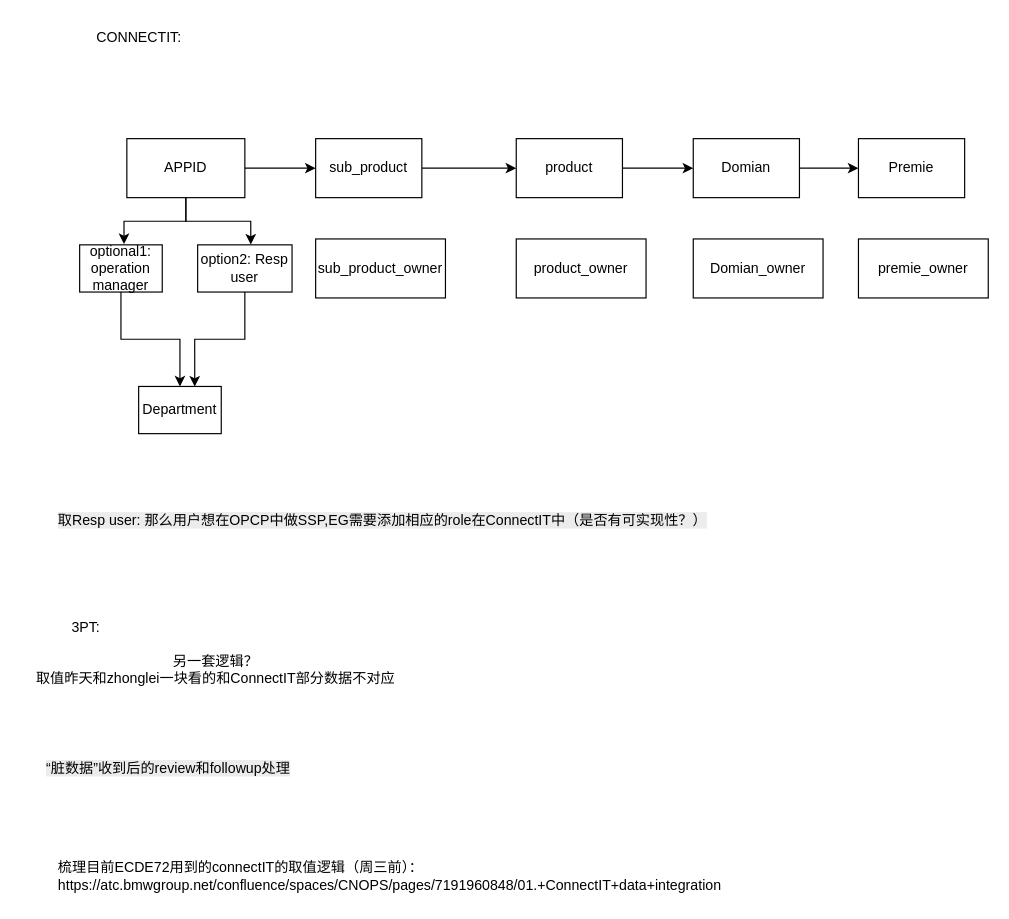
This is 未命名绘图.drawio from sjlmsj/aaa, a draw.io file, before an edit. Source tidied: cells renumbered, new cells numbered last; positions are measured from the earlier drawing's top-left corner, leaving out a move shared by most shapes. Both pictures are drawn from the tidied source at 118%, with x=0, y=0 at pixel (20, 20).
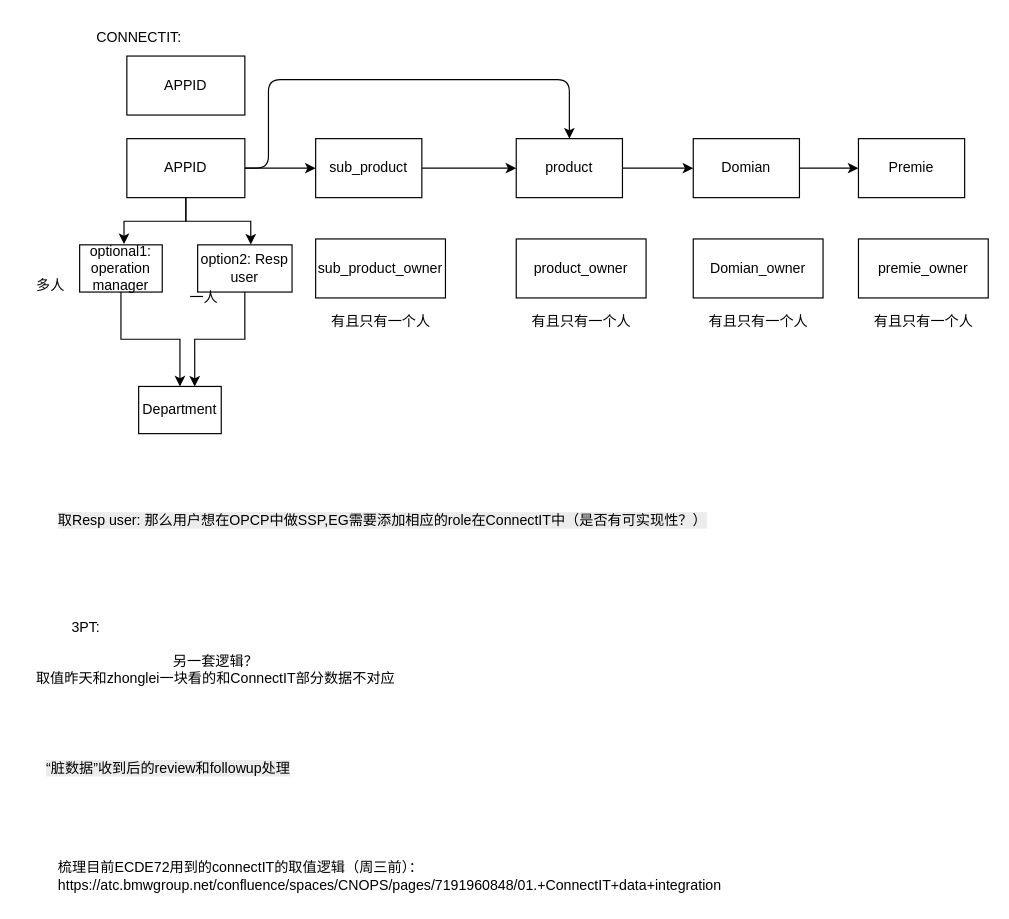
The same page after the edit.

Commit message:
更新未命名绘图.drawio

Unchanged cells that the change refers to:
```xml
<mxCell id="3" value="APPID" style="rounded=0;whiteSpace=wrap;html=1;" parent="1" vertex="1">
  <mxGeometry x="90" y="100" width="100" height="50" as="geometry" />
</mxCell>
<mxCell id="14" value="product" style="rounded=0;whiteSpace=wrap;html=1;" parent="1" vertex="1">
  <mxGeometry x="420" y="100" width="90" height="50" as="geometry" />
</mxCell>
```

What changed in the source:
```diff
@@
+    <mxCell id="28" style="edgeStyle=orthogonalEdgeStyle;rounded=1;jettySize=auto;html=1;entryX=0.5;entryY=0;entryDx=0;entryDy=0;curved=0;" parent="1" edge="1" source="3" target="14">
+      <mxGeometry relative="1" as="geometry">
+        <Array as="points">
+          <mxPoint x="210" y="125" />
+          <mxPoint x="210" y="50" />
+          <mxPoint x="465" y="50" />
+        </Array>
+      </mxGeometry>
+    </mxCell>
@@
+    <mxCell id="29" value="APPID" style="rounded=0;whiteSpace=wrap;html=1;" parent="1" vertex="1">
+      <mxGeometry x="90" y="30" width="100" height="50" as="geometry" />
+    </mxCell>
+    <mxCell id="30" value="有且只有一个人" style="text;html=1;align=center;verticalAlign=middle;strokeColor=none;fillColor=none;" parent="1" vertex="1">
+      <mxGeometry x="250" y="240" width="110" height="30" as="geometry" />
+    </mxCell>
+    <mxCell id="31" value="有且只有一个人" style="text;html=1;align=center;verticalAlign=middle;strokeColor=none;fillColor=none;" parent="1" vertex="1">
+      <mxGeometry x="420" y="240" width="110" height="30" as="geometry" />
+    </mxCell>
+    <mxCell id="32" value="有且只有一个人" style="text;html=1;align=center;verticalAlign=middle;strokeColor=none;fillColor=none;" parent="1" vertex="1">
+      <mxGeometry x="570" y="240" width="110" height="30" as="geometry" />
+    </mxCell>
+    <mxCell id="33" value="有且只有一个人" style="text;html=1;align=center;verticalAlign=middle;strokeColor=none;fillColor=none;" parent="1" vertex="1">
+      <mxGeometry x="710" y="240" width="110" height="30" as="geometry" />
+    </mxCell>
+    <mxCell id="34" value="多人" style="text;html=1;align=center;verticalAlign=middle;strokeColor=none;fillColor=none;" parent="1" vertex="1">
+      <mxGeometry y="210" width="50" height="30" as="geometry" />
+    </mxCell>
+    <mxCell id="35" value="一人" style="text;html=1;align=center;verticalAlign=middle;strokeColor=none;fillColor=none;" parent="1" vertex="1">
+      <mxGeometry x="130" y="220" width="50" height="30" as="geometry" />
+    </mxCell>
```
